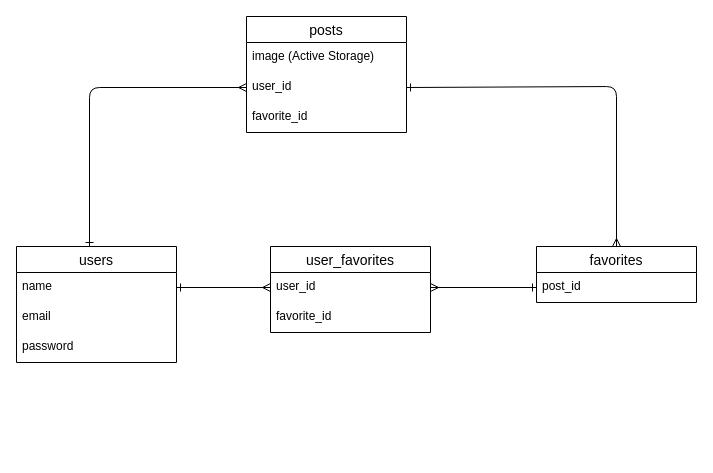
TM0710/original_app keeps this draw.io diagram as page "ページ1" (1 of 2) of er.dio. Above is the earlier version. Source tidied: cells renumbered, new cells numbered last; positions are measured from the earlier drawing's top-left corner, leaving out a move shared by most shapes. Both pictures are drawn from the tidied source at 100%, with x=0, y=0 at pixel (16, 16).
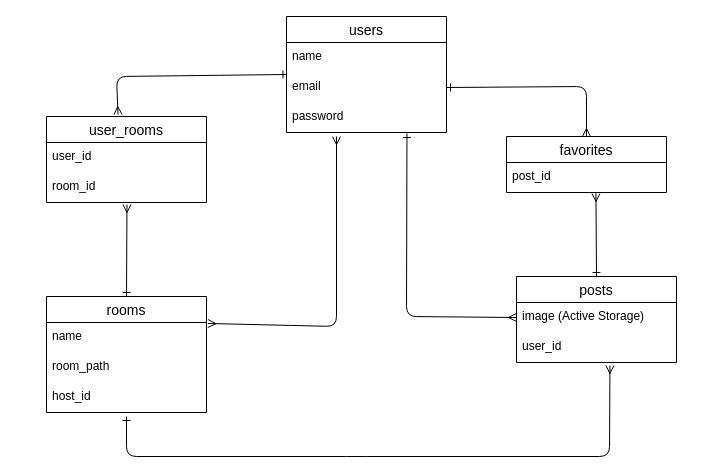
The same diagram, later.

The edit, as a diff of the source:
```diff
@@
+    <mxCell id="19" style="edgeStyle=none;html=1;exitX=0.5;exitY=0;exitDx=0;exitDy=0;entryX=0.559;entryY=1.033;entryDx=0;entryDy=0;entryPerimeter=0;startArrow=ERone;startFill=0;endArrow=ERmany;endFill=0;" parent="1" edge="1" source="2" target="14">
+      <mxGeometry relative="1" as="geometry" />
+    </mxCell>
-    <mxCell id="2" value="posts" style="swimlane;fontStyle=0;horizontal=1;startSize=26;align=center;fontSize=14;" parent="1" vertex="1">
-      <mxGeometry x="230" width="160" height="116" as="geometry" />
+    <mxCell id="2" value="posts" style="swimlane;fontStyle=0;horizontal=1;startSize=26;align=center;fontSize=14;rounded=0;" parent="1" vertex="1">
+      <mxGeometry x="500" y="260" width="160" height="86" as="geometry" />
     </mxCell>
-    <mxCell id="3" value="image (Active Storage)" style="text;strokeColor=none;fillColor=none;spacingLeft=4;spacingRight=4;overflow=hidden;points=[[0,0.5],[1,0.5]];portConstraint=eastwest;fontSize=12;" parent="2" vertex="1">
+    <mxCell id="3" value="image (Active Storage)" style="text;strokeColor=none;fillColor=none;spacingLeft=4;spacingRight=4;overflow=hidden;points=[[0,0.5],[1,0.5]];portConstraint=eastwest;fontSize=12;rounded=0;" parent="2" vertex="1">
       <mxGeometry y="26" width="160" height="30" as="geometry" />
     </mxCell>
-    <mxCell id="4" value="user_id" style="text;strokeColor=none;fillColor=none;spacingLeft=4;spacingRight=4;overflow=hidden;points=[[0,0.5],[1,0.5]];portConstraint=eastwest;fontSize=12;" parent="2" vertex="1">
+    <mxCell id="4" value="user_id" style="text;strokeColor=none;fillColor=none;spacingLeft=4;spacingRight=4;overflow=hidden;points=[[0,0.5],[1,0.5]];portConstraint=eastwest;fontSize=12;rounded=0;" parent="2" vertex="1">
       <mxGeometry y="56" width="160" height="30" as="geometry" />
     </mxCell>
-    <mxCell id="5" value="favorite_id" style="text;strokeColor=none;fillColor=none;spacingLeft=4;spacingRight=4;overflow=hidden;fontSize=12;" parent="2" vertex="1">
-      <mxGeometry y="86" width="160" height="30" as="geometry" />
-    </mxCell>
-    <mxCell id="6" value="users" style="swimlane;fontStyle=0;horizontal=1;startSize=26;align=center;fontSize=14;" parent="1" vertex="1">
-      <mxGeometry y="230" width="160" height="116" as="geometry" />
+    <mxCell id="6" value="users" style="swimlane;fontStyle=0;horizontal=1;startSize=26;align=center;fontSize=14;rounded=0;" parent="1" vertex="1">
+      <mxGeometry x="270" width="160" height="116" as="geometry" />
     </mxCell>
-    <mxCell id="7" value="name" style="text;strokeColor=none;fillColor=none;spacingLeft=4;spacingRight=4;overflow=hidden;points=[[0,0.5],[1,0.5]];portConstraint=eastwest;fontSize=12;" parent="6" vertex="1">
+    <mxCell id="7" value="name" style="text;strokeColor=none;fillColor=none;spacingLeft=4;spacingRight=4;overflow=hidden;points=[[0,0.5],[1,0.5]];portConstraint=eastwest;fontSize=12;rounded=0;" parent="6" vertex="1">
       <mxGeometry y="26" width="160" height="30" as="geometry" />
     </mxCell>
-    <mxCell id="8" value="email" style="text;strokeColor=none;fillColor=none;spacingLeft=4;spacingRight=4;overflow=hidden;points=[[0,0.5],[1,0.5]];portConstraint=eastwest;fontSize=12;" parent="6" vertex="1">
+    <mxCell id="8" value="email" style="text;strokeColor=none;fillColor=none;spacingLeft=4;spacingRight=4;overflow=hidden;points=[[0,0.5],[1,0.5]];portConstraint=eastwest;fontSize=12;rounded=0;" parent="6" vertex="1">
       <mxGeometry y="56" width="160" height="30" as="geometry" />
     </mxCell>
-    <mxCell id="9" value="password" style="text;strokeColor=none;fillColor=none;spacingLeft=4;spacingRight=4;overflow=hidden;points=[[0,0.5],[1,0.5]];portConstraint=eastwest;fontSize=12;" parent="6" vertex="1">
+    <mxCell id="9" value="password" style="text;strokeColor=none;fillColor=none;spacingLeft=4;spacingRight=4;overflow=hidden;points=[[0,0.5],[1,0.5]];portConstraint=eastwest;fontSize=12;rounded=0;" parent="6" vertex="1">
       <mxGeometry y="86" width="160" height="30" as="geometry" />
     </mxCell>
-    <mxCell id="10" value="user_favorites" style="swimlane;fontStyle=0;horizontal=1;startSize=26;align=center;fontSize=14;" parent="1" vertex="1">
-      <mxGeometry x="254" y="230" width="160" height="86" as="geometry" />
-    </mxCell>
-    <mxCell id="11" value="user_id" style="text;strokeColor=none;fillColor=none;spacingLeft=4;spacingRight=4;overflow=hidden;points=[[0,0.5],[1,0.5]];portConstraint=eastwest;fontSize=12;" parent="10" vertex="1">
-      <mxGeometry y="26" width="160" height="30" as="geometry" />
-    </mxCell>
-    <mxCell id="12" value="favorite_id" style="text;strokeColor=none;fillColor=none;spacingLeft=4;spacingRight=4;overflow=hidden;fontSize=12;" parent="10" vertex="1">
-      <mxGeometry y="56" width="160" height="30" as="geometry" />
-    </mxCell>
-    <mxCell id="13" value="favorites" style="swimlane;fontStyle=0;horizontal=1;startSize=26;align=center;fontSize=14;" parent="1" vertex="1">
-      <mxGeometry x="520" y="230" width="160" height="56" as="geometry" />
+    <mxCell id="13" value="favorites" style="swimlane;fontStyle=0;horizontal=1;startSize=26;align=center;fontSize=14;rounded=0;" parent="1" vertex="1">
+      <mxGeometry x="490" y="120" width="160" height="56" as="geometry" />
     </mxCell>
-    <mxCell id="14" value="post_id" style="text;strokeColor=none;fillColor=none;spacingLeft=4;spacingRight=4;overflow=hidden;points=[[0,0.5],[1,0.5]];portConstraint=eastwest;fontSize=12;" parent="13" vertex="1">
+    <mxCell id="14" value="post_id" style="text;strokeColor=none;fillColor=none;spacingLeft=4;spacingRight=4;overflow=hidden;points=[[0,0.5],[1,0.5]];portConstraint=eastwest;fontSize=12;rounded=0;" parent="13" vertex="1">
       <mxGeometry y="26" width="160" height="30" as="geometry" />
     </mxCell>
-    <mxCell id="15" style="edgeStyle=none;html=1;exitX=0;exitY=0.5;exitDx=0;exitDy=0;endArrow=ERone;endFill=0;startArrow=ERmany;startFill=0;" parent="1" edge="1" source="4">
-      <mxGeometry relative="1" as="geometry">
-        <mxPoint x="73" y="230" as="targetPoint" />
-        <Array as="points">
-          <mxPoint x="73" y="71" />
-        </Array>
-      </mxGeometry>
-    </mxCell>
-    <mxCell id="16" style="edgeStyle=none;html=1;exitX=1;exitY=0.5;exitDx=0;exitDy=0;entryX=0.5;entryY=0;entryDx=0;entryDy=0;endArrow=ERmany;endFill=0;startArrow=ERone;startFill=0;" parent="1" edge="1" source="4" target="13">
-      <mxGeometry relative="1" as="geometry">
-        <Array as="points">
-          <mxPoint x="600" y="70" />
-        </Array>
-      </mxGeometry>
-    </mxCell>
-    <mxCell id="17" style="edgeStyle=none;html=1;exitX=1;exitY=0.5;exitDx=0;exitDy=0;entryX=0;entryY=0.5;entryDx=0;entryDy=0;endArrow=ERmany;endFill=0;startArrow=ERone;startFill=0;" parent="1" edge="1" source="7" target="11">
-      <mxGeometry relative="1" as="geometry" />
-    </mxCell>
-    <mxCell id="18" style="edgeStyle=none;html=1;exitX=1;exitY=0.5;exitDx=0;exitDy=0;entryX=0;entryY=0.5;entryDx=0;entryDy=0;startArrow=ERmany;startFill=0;endArrow=ERone;endFill=0;" parent="1" edge="1" source="11" target="14">
-      <mxGeometry relative="1" as="geometry" />
-    </mxCell>
+    <mxCell id="20" style="edgeStyle=none;html=1;exitX=0.5;exitY=0;exitDx=0;exitDy=0;entryX=0.503;entryY=1.067;entryDx=0;entryDy=0;entryPerimeter=0;startArrow=ERone;startFill=0;endArrow=ERmany;endFill=0;" parent="1" edge="1" source="22" target="27">
+      <mxGeometry relative="1" as="geometry" />
+    </mxCell>
+    <mxCell id="21" style="edgeStyle=none;html=1;exitX=1.009;exitY=0.033;exitDx=0;exitDy=0;startArrow=ERmany;startFill=0;endArrow=ERmany;endFill=0;exitPerimeter=0;" parent="1" edge="1" source="23">
+      <mxGeometry relative="1" as="geometry">
+        <mxPoint x="320" y="120" as="targetPoint" />
+        <Array as="points">
+          <mxPoint x="320" y="310" />
+        </Array>
+      </mxGeometry>
+    </mxCell>
+    <mxCell id="22" value="rooms" style="swimlane;fontStyle=0;horizontal=1;startSize=26;align=center;fontSize=14;rounded=0;" parent="1" vertex="1">
+      <mxGeometry x="30" y="280" width="160" height="116" as="geometry" />
+    </mxCell>
+    <mxCell id="23" value="name" style="text;strokeColor=none;fillColor=none;spacingLeft=4;spacingRight=4;overflow=hidden;points=[[0,0.5],[1,0.5]];portConstraint=eastwest;fontSize=12;rounded=0;" parent="22" vertex="1">
+      <mxGeometry y="26" width="160" height="30" as="geometry" />
+    </mxCell>
+    <mxCell id="24" value="room_path" style="text;strokeColor=none;fillColor=none;spacingLeft=4;spacingRight=4;overflow=hidden;fontSize=12;rounded=0;" parent="22" vertex="1">
+      <mxGeometry y="56" width="160" height="30" as="geometry" />
+    </mxCell>
+    <mxCell id="25" value="host_id" style="text;strokeColor=none;fillColor=none;spacingLeft=4;spacingRight=4;overflow=hidden;fontSize=12;rounded=0;" parent="22" vertex="1">
+      <mxGeometry y="86" width="160" height="30" as="geometry" />
+    </mxCell>
+    <mxCell id="26" value="user_rooms" style="swimlane;fontStyle=0;horizontal=1;startSize=26;align=center;fontSize=14;rounded=0;" parent="1" vertex="1">
+      <mxGeometry x="30" y="100" width="160" height="86" as="geometry" />
+    </mxCell>
+    <mxCell id="11" value="user_id" style="text;strokeColor=none;fillColor=none;spacingLeft=4;spacingRight=4;overflow=hidden;points=[[0,0.5],[1,0.5]];portConstraint=eastwest;fontSize=12;rounded=0;" parent="26" vertex="1">
+      <mxGeometry y="26" width="160" height="30" as="geometry" />
+    </mxCell>
+    <mxCell id="27" value="room_id" style="text;strokeColor=none;fillColor=none;spacingLeft=4;spacingRight=4;overflow=hidden;points=[[0,0.5],[1,0.5]];portConstraint=eastwest;fontSize=12;hachureGap=4;fontFamily=Helvetica;rounded=0;glass=0;" parent="26" vertex="1">
+      <mxGeometry y="56" width="160" height="30" as="geometry" />
+    </mxCell>
+    <mxCell id="28" style="edgeStyle=none;html=1;exitX=0.003;exitY=0.067;exitDx=0;exitDy=0;exitPerimeter=0;entryX=0.447;entryY=-0.023;entryDx=0;entryDy=0;entryPerimeter=0;startArrow=ERone;startFill=0;endArrow=ERmany;endFill=0;" parent="1" edge="1" source="8" target="26">
+      <mxGeometry relative="1" as="geometry">
+        <Array as="points">
+          <mxPoint x="100" y="60" />
+        </Array>
+      </mxGeometry>
+    </mxCell>
+    <mxCell id="29" style="edgeStyle=none;html=1;exitX=0.584;exitY=1.1;exitDx=0;exitDy=0;startArrow=ERmany;startFill=0;endArrow=ERone;endFill=0;exitPerimeter=0;" parent="1" edge="1" source="4">
+      <mxGeometry relative="1" as="geometry">
+        <mxPoint x="110" y="400" as="targetPoint" />
+        <Array as="points">
+          <mxPoint x="593" y="440" />
+          <mxPoint x="340" y="440" />
+          <mxPoint x="110" y="440" />
+        </Array>
+      </mxGeometry>
+    </mxCell>
+    <mxCell id="30" style="edgeStyle=none;html=1;exitX=1;exitY=0.5;exitDx=0;exitDy=0;entryX=0.5;entryY=0;entryDx=0;entryDy=0;startArrow=ERone;startFill=0;endArrow=ERmany;endFill=0;" parent="1" edge="1" source="8" target="13">
+      <mxGeometry relative="1" as="geometry">
+        <Array as="points">
+          <mxPoint x="570" y="70" />
+        </Array>
+      </mxGeometry>
+    </mxCell>
+    <mxCell id="31" style="edgeStyle=none;html=1;exitX=0;exitY=0.5;exitDx=0;exitDy=0;entryX=0.753;entryY=1.033;entryDx=0;entryDy=0;entryPerimeter=0;startArrow=ERmany;startFill=0;endArrow=ERone;endFill=0;" parent="1" edge="1" source="3" target="9">
+      <mxGeometry relative="1" as="geometry">
+        <Array as="points">
+          <mxPoint x="390" y="300" />
+        </Array>
+      </mxGeometry>
+    </mxCell>
```
